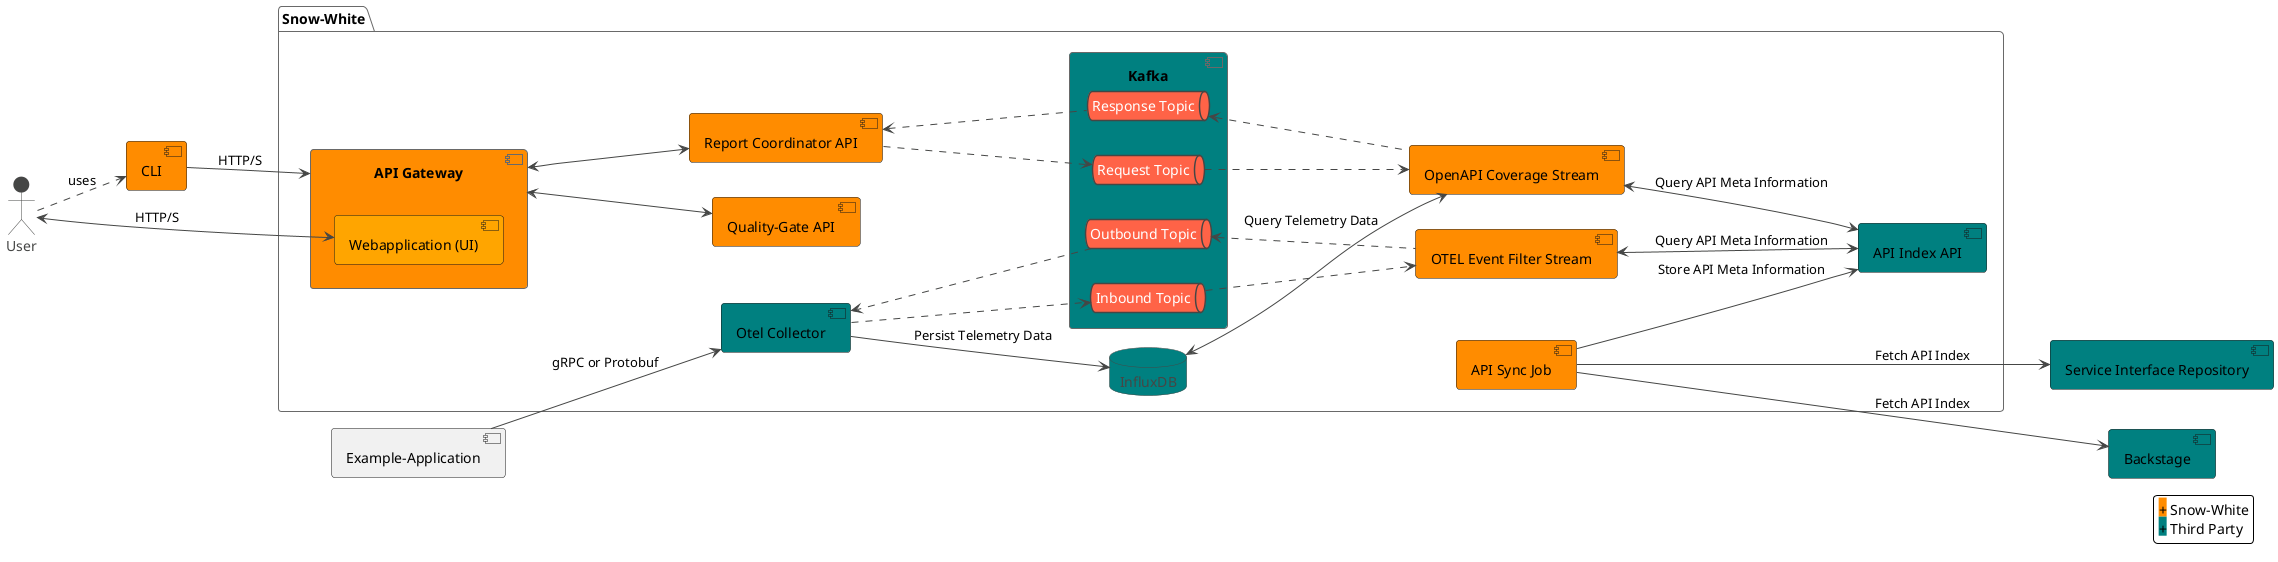
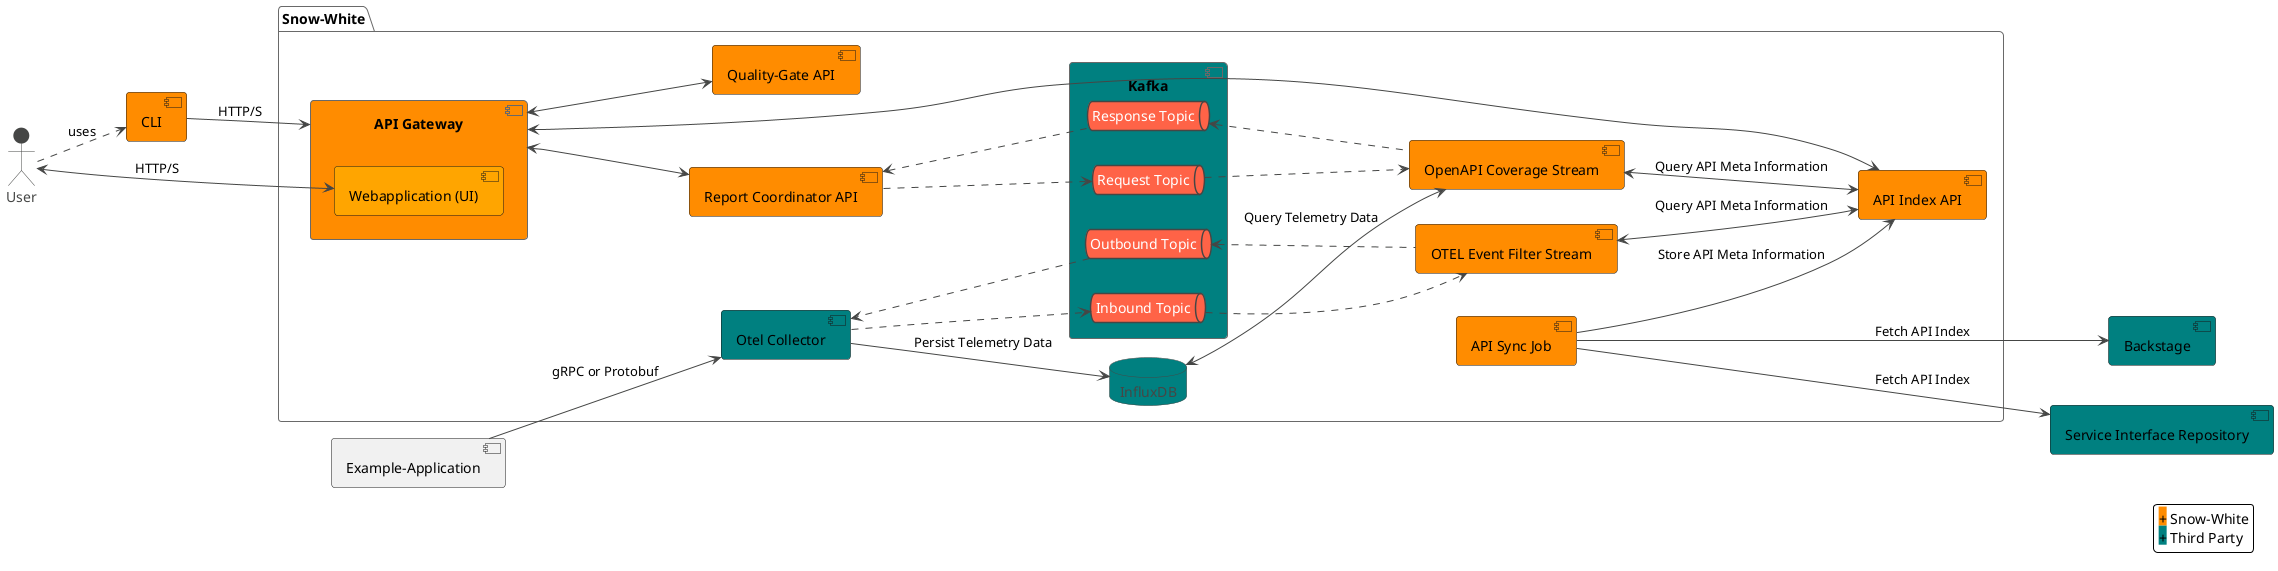
@startuml

' Stylin'

!theme vibrant
left to right direction

package "Snow-White" {

  ' Snow-White components first

  component "API Gateway" as gate #Darkorange {
  component "Webapplication (UI)" as ui #Orange
}

- component "API Index API" as index #Teal
+ component "API Index API" as index #Darkorange
component "API Sync Job" as sync #Darkorange
component "OTEL Event Filter Stream" as filter #Darkorange
component "OpenAPI Coverage Stream" as coverage #Darkorange
component "Quality-Gate API" as qgate #Darkorange
component "Report Coordinator API" as coordinator #Darkorange

' Third-party components next

database "InfluxDB" as influx #Teal

component "Kafka" #Teal {
queue "Inbound Topic" as inbound
queue "Outbound Topic" as outbound
queue "Request Topic" as request
queue "Response Topic" as response
}

component "Otel Collector" as otel #Teal
}

component "Backstage" as backstage #Teal
component "Service Interface Repository" as sir #Teal

' User connections (aka UI)

actor User as user
component CLI as cli #Darkorange

user <--> ui: HTTP/S

user ..> cli: uses
cli --> gate: HTTP/S

gate <--> qgate
gate <--> coordinator
+ gate <--> index

' API Sync Job

sync ---> backstage : Fetch API Index
sync ---> sir : Fetch API Index
sync --> index : Store API Meta Information

' OTEL Event Filter

component "Example-Application" as app

app --> otel: gRPC or Protobuf

otel ..> inbound
inbound .down.> filter
filter <--> index: Query API Meta Information
filter .up.> outbound
outbound ..> otel
otel --> influx: Persist Telemetry Data

' Report Coordinator API

coordinator .down.> request
response .up.> coordinator

' OpenAPI Coverage Stream

request .down.> coverage
coverage <--> index: Query API Meta Information
coverage <-up-> influx: Query Telemetry Data
coverage .up.> response

legend right
<back:Darkorange>+</back> Snow-White
<back:Teal>+</back> Third Party
end legend

@enduml